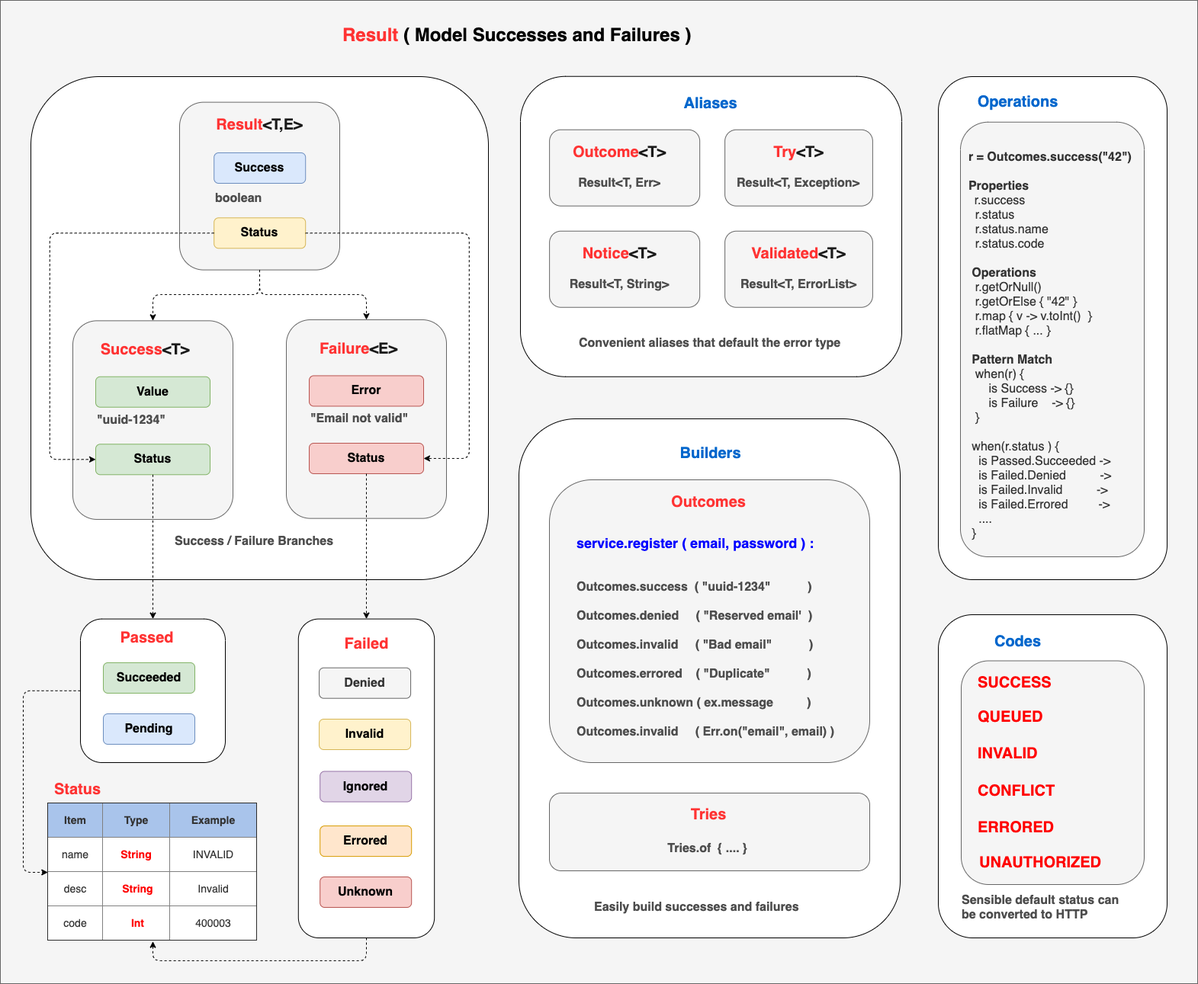
slatekit/kiit keeps this draw.io diagram as doc/diagrams/slatekit-result.png. Above is the earlier version. Source tidied: cells renumbered, new cells last; positions are measured from the earlier drawing's top-left corner, leaving out a move shared by most shapes.
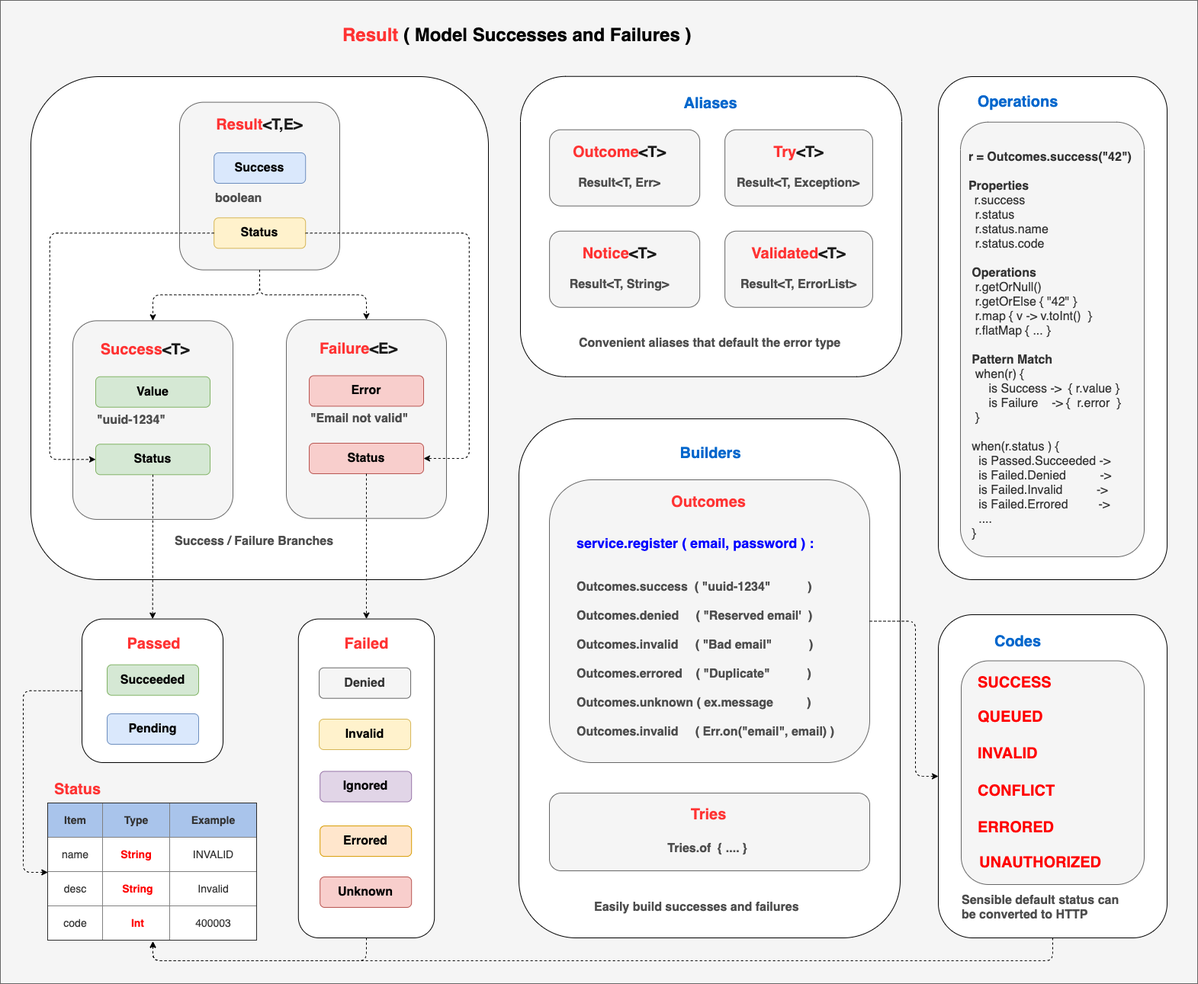
After the commit.

Diff of the diagram source:
```diff
@@ -154,7 +154,7 @@
     <mxCell id="49" value="&lt;span style=&quot;font-size: 20px&quot;&gt;&lt;b&gt;&lt;font color=&quot;#0066cc&quot;&gt;Operations&lt;/font&gt;&lt;/b&gt;&lt;/span&gt;" style="text;html=1;strokeColor=none;fillColor=none;align=center;verticalAlign=middle;whiteSpace=wrap;rounded=0;" parent="1" vertex="1">
       <mxGeometry x="1272.6" y="117.9" width="123.2" height="30" as="geometry" />
     </mxCell>
-    <mxCell id="50" value="&lt;span style=&quot;font-size: 16px&quot;&gt;&amp;nbsp;&lt;br&gt;&lt;b&gt;&lt;br&gt;&amp;nbsp; &amp;nbsp;&lt;br&gt;&amp;nbsp; r = Outcomes.success(&quot;42&quot;)&lt;br&gt;&amp;nbsp; &lt;br&gt;&amp;nbsp; Properties&lt;/b&gt;&lt;br&gt;&lt;/span&gt;&amp;nbsp; &amp;nbsp; &amp;nbsp;&lt;font style=&quot;font-size: 16px&quot;&gt;r.success&lt;br&gt;&amp;nbsp; &amp;nbsp; r.status&lt;br&gt;&amp;nbsp; &amp;nbsp; r.status.name&lt;br&gt;&amp;nbsp; &amp;nbsp; r.status.code&lt;br&gt;&lt;b&gt;&amp;nbsp;&lt;br&gt;&amp;nbsp; &amp;nbsp;Operations&lt;/b&gt;&lt;br&gt;&amp;nbsp; &amp;nbsp; r.getOrNull()&lt;br&gt;&amp;nbsp; &amp;nbsp; r.getOrElse { &quot;42&quot; }&lt;br&gt;&amp;nbsp; &amp;nbsp; r.map { v -&amp;gt; v.toInt()&amp;nbsp; }&amp;nbsp;&lt;br&gt;&amp;nbsp; &amp;nbsp; r.flatMap { ... }&lt;br&gt;&lt;br&gt;&amp;nbsp; &amp;nbsp;&lt;b&gt;Pattern Match&lt;/b&gt;&lt;br&gt;&amp;nbsp; &amp;nbsp; when(r) {&amp;nbsp;&lt;br&gt;&amp;nbsp; &amp;nbsp; &amp;nbsp; &amp;nbsp; is Success -&amp;gt; {}&lt;br&gt;&amp;nbsp; &amp;nbsp; &amp;nbsp; &amp;nbsp; is Failure&amp;nbsp; &amp;nbsp; -&amp;gt; {}&amp;nbsp;&lt;br&gt;&amp;nbsp; &amp;nbsp; }&lt;br&gt;&lt;br&gt;&amp;nbsp; &amp;nbsp;when(r.status ) {&lt;br&gt;&amp;nbsp; &amp;nbsp; &amp;nbsp;is Passed.Succeeded -&amp;gt;&lt;br&gt;&amp;nbsp; &amp;nbsp; &amp;nbsp;is Failed.Denied&amp;nbsp; &amp;nbsp; &amp;nbsp; &amp;nbsp; &amp;nbsp; -&amp;gt;&lt;br&gt;&amp;nbsp; &amp;nbsp; &amp;nbsp;is Failed.Invalid&amp;nbsp; &amp;nbsp; &amp;nbsp; &amp;nbsp; &amp;nbsp; -&amp;gt;&lt;br&gt;&amp;nbsp; &amp;nbsp; &amp;nbsp;is Failed.Errored&amp;nbsp; &amp;nbsp; &amp;nbsp; &amp;nbsp; &amp;nbsp;-&amp;gt;&amp;nbsp;&lt;br&gt;&amp;nbsp; &amp;nbsp; &amp;nbsp;....&lt;br&gt;&amp;nbsp; &amp;nbsp;}&amp;nbsp;&amp;nbsp;&lt;br&gt;&lt;/font&gt;&lt;br&gt;&lt;br&gt;&amp;nbsp;" style="rounded=1;whiteSpace=wrap;html=1;glass=0;align=left;fillColor=#f5f5f5;strokeColor=#666666;fontColor=#333333;" parent="1" vertex="1">
+    <mxCell id="50" value="&lt;span style=&quot;font-size: 16px&quot;&gt;&amp;nbsp;&lt;br&gt;&lt;b&gt;&lt;br&gt;&amp;nbsp; &amp;nbsp;&lt;br&gt;&amp;nbsp; r = Outcomes.success(&quot;42&quot;)&lt;br&gt;&amp;nbsp; &lt;br&gt;&amp;nbsp; Properties&lt;/b&gt;&lt;br&gt;&lt;/span&gt;&amp;nbsp; &amp;nbsp; &amp;nbsp;&lt;font style=&quot;font-size: 16px&quot;&gt;r.success&lt;br&gt;&amp;nbsp; &amp;nbsp; r.status&lt;br&gt;&amp;nbsp; &amp;nbsp; r.status.name&lt;br&gt;&amp;nbsp; &amp;nbsp; r.status.code&lt;br&gt;&lt;b&gt;&amp;nbsp;&lt;br&gt;&amp;nbsp; &amp;nbsp;Operations&lt;/b&gt;&lt;br&gt;&amp;nbsp; &amp;nbsp; r.getOrNull()&lt;br&gt;&amp;nbsp; &amp;nbsp; r.getOrElse { &quot;42&quot; }&lt;br&gt;&amp;nbsp; &amp;nbsp; r.map { v -&amp;gt; v.toInt()&amp;nbsp; }&amp;nbsp;&lt;br&gt;&amp;nbsp; &amp;nbsp; r.flatMap { ... }&lt;br&gt;&lt;br&gt;&amp;nbsp; &amp;nbsp;&lt;b&gt;Pattern Match&lt;/b&gt;&lt;br&gt;&amp;nbsp; &amp;nbsp; when(r) {&amp;nbsp;&lt;br&gt;&amp;nbsp; &amp;nbsp; &amp;nbsp; &amp;nbsp; is Success -&amp;gt;&amp;nbsp; { r.value }&lt;br&gt;&amp;nbsp; &amp;nbsp; &amp;nbsp; &amp;nbsp; is Failure&amp;nbsp; &amp;nbsp; -&amp;gt; {&amp;nbsp; r.error&amp;nbsp; }&amp;nbsp;&lt;br&gt;&amp;nbsp; &amp;nbsp; }&lt;br&gt;&lt;br&gt;&amp;nbsp; &amp;nbsp;when(r.status ) {&lt;br&gt;&amp;nbsp; &amp;nbsp; &amp;nbsp;is Passed.Succeeded -&amp;gt;&lt;br&gt;&amp;nbsp; &amp;nbsp; &amp;nbsp;is Failed.Denied&amp;nbsp; &amp;nbsp; &amp;nbsp; &amp;nbsp; &amp;nbsp; -&amp;gt;&lt;br&gt;&amp;nbsp; &amp;nbsp; &amp;nbsp;is Failed.Invalid&amp;nbsp; &amp;nbsp; &amp;nbsp; &amp;nbsp; &amp;nbsp; -&amp;gt;&lt;br&gt;&amp;nbsp; &amp;nbsp; &amp;nbsp;is Failed.Errored&amp;nbsp; &amp;nbsp; &amp;nbsp; &amp;nbsp; &amp;nbsp;-&amp;gt;&amp;nbsp;&lt;br&gt;&amp;nbsp; &amp;nbsp; &amp;nbsp;....&lt;br&gt;&amp;nbsp; &amp;nbsp;}&amp;nbsp;&amp;nbsp;&lt;br&gt;&lt;/font&gt;&lt;br&gt;&lt;br&gt;&amp;nbsp;" style="rounded=1;whiteSpace=wrap;html=1;glass=0;align=left;fillColor=#f5f5f5;strokeColor=#666666;fontColor=#333333;" parent="1" vertex="1">
       <mxGeometry x="1259" y="159.7" width="241" height="570.3" as="geometry" />
     </mxCell>
     <mxCell id="51" value="&lt;font style=&quot;font-size: 16px&quot; color=&quot;#4d4d4d&quot;&gt;&lt;b&gt;Convenient aliases that default the error type&lt;/b&gt;&lt;/font&gt;" style="text;html=1;strokeColor=none;fillColor=none;align=left;verticalAlign=middle;whiteSpace=wrap;rounded=0;" parent="1" vertex="1">
@@ -170,16 +170,16 @@
       <mxGeometry x="227.1" y="700" width="226.2" height="20" as="geometry" />
     </mxCell>
     <mxCell id="55" style="rounded=1;whiteSpace=wrap;html=1;glass=0;align=left;" parent="1" vertex="1">
-      <mxGeometry x="105" y="811.6" width="190" height="188.4" as="geometry" />
+      <mxGeometry x="107" y="811.6" width="185" height="188.4" as="geometry" />
     </mxCell>
     <mxCell id="56" value="&lt;b&gt;&lt;font style=&quot;font-size: 16px&quot;&gt;Pending&lt;/font&gt;&lt;/b&gt;" style="rounded=1;whiteSpace=wrap;html=1;fillColor=#dae8fc;strokeColor=#6c8ebf;" parent="1" vertex="1">
-      <mxGeometry x="135" y="936" width="120" height="40" as="geometry" />
+      <mxGeometry x="140" y="936" width="120" height="40" as="geometry" />
     </mxCell>
     <mxCell id="57" value="&lt;font color=&quot;#ff3333&quot;&gt;&lt;span style=&quot;font-size: 20px&quot;&gt;&lt;b&gt;Passed&lt;/b&gt;&lt;/span&gt;&lt;/font&gt;" style="text;html=1;strokeColor=none;fillColor=none;align=center;verticalAlign=middle;whiteSpace=wrap;rounded=0;" parent="1" vertex="1">
-      <mxGeometry x="130.7" y="821" width="123.2" height="30" as="geometry" />
+      <mxGeometry x="140.4" y="829.3" width="123.2" height="30" as="geometry" />
     </mxCell>
     <mxCell id="58" value="&lt;span style=&quot;font-size: 16px&quot;&gt;&lt;b&gt;Succeeded&lt;/b&gt;&lt;/span&gt;" style="rounded=1;whiteSpace=wrap;html=1;fillColor=#d5e8d4;strokeColor=#82b366;" parent="1" vertex="1">
-      <mxGeometry x="135" y="869" width="120" height="40" as="geometry" />
+      <mxGeometry x="140" y="871.7" width="120" height="40" as="geometry" />
     </mxCell>
     <mxCell id="59" style="rounded=1;whiteSpace=wrap;html=1;glass=0;align=left;" parent="1" vertex="1">
       <mxGeometry x="390.8" y="811.6" width="178.4" height="418.4" as="geometry" />
@@ -252,5 +252,19 @@
     <mxCell id="78" value="&lt;font color=&quot;#ff0000&quot;&gt;&lt;span style=&quot;font-size: 20px&quot;&gt;&lt;b&gt;UNAUTHORIZED&lt;/b&gt;&lt;/span&gt;&lt;/font&gt;" style="text;html=1;strokeColor=none;fillColor=none;align=left;verticalAlign=middle;whiteSpace=wrap;rounded=0;" parent="1" vertex="1">
       <mxGeometry x="1282.3" y="1116" width="167.7" height="30" as="geometry" />
     </mxCell>
+    <mxCell id="79" style="edgeStyle=elbowEdgeStyle;elbow=vertical;endArrow=classic;html=1;dashed=1;exitX=0.5;exitY=1;exitDx=0;exitDy=0;entryX=0.5;entryY=1;entryDx=0;entryDy=0;" parent="1" edge="1" source="46" target="68">
+      <mxGeometry relative="1" as="geometry">
+        <Array as="points">
+          <mxPoint x="790" y="1260" />
+        </Array>
+      </mxGeometry>
+    </mxCell>
+    <mxCell id="80" style="edgeStyle=elbowEdgeStyle;elbow=horizontal;endArrow=classic;html=1;dashed=1;exitX=1;exitY=0.5;exitDx=0;exitDy=0;entryX=0;entryY=0.5;entryDx=0;entryDy=0;" parent="1" edge="1" source="39" target="46">
+      <mxGeometry relative="1" as="geometry">
+        <Array as="points">
+          <mxPoint x="1200" y="910" />
+        </Array>
+      </mxGeometry>
+    </mxCell>
   </root>
 </mxGraphModel>
```
